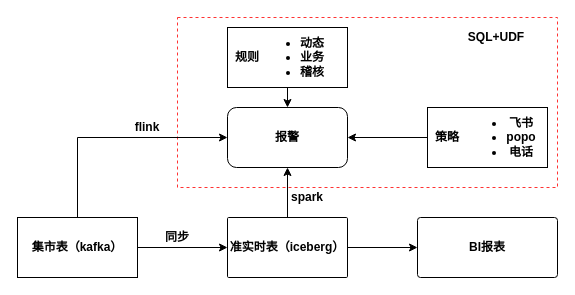
Earlier version of the draw.io diagram mt风控报警.drawio (mineminemine123/work-wiki). Source tidied: cells renumbered, new cells numbered last; positions are measured from the earlier drawing's top-left corner, leaving out a move shared by most shapes. Both pictures are drawn from the tidied source at 100%, with x=0, y=0 at pixel (17, 17).
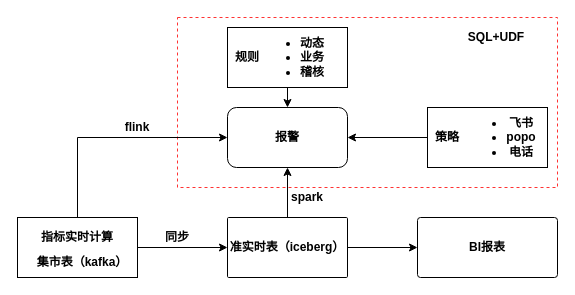
After the change.

Commit message:
更新mt风控报警.drawio

Change to the diagram source:
```diff
@@
-    <mxCell id="7" value="集市表（kafka）" style="rounded=0;whiteSpace=wrap;html=1;fontStyle=1;fontFamily=微软雅黑;" parent="1" vertex="1">
+    <mxCell id="7" style="rounded=0;whiteSpace=wrap;html=1;fontStyle=1;fontFamily=微软雅黑;" parent="1" vertex="1">
       <mxGeometry y="200" width="120" height="60" as="geometry" />
     </mxCell>
@@
     <mxCell id="16" value="flink" style="text;html=1;strokeColor=none;fillColor=none;align=center;verticalAlign=middle;whiteSpace=wrap;rounded=0;fontStyle=1;fontFamily=微软雅黑;" parent="1" vertex="1">
-      <mxGeometry x="80" y="100" width="100" height="20" as="geometry" />
+      <mxGeometry x="70" y="100" width="100" height="20" as="geometry" />
     </mxCell>
@@
+    <mxCell id="24" value="&lt;b&gt;指标实时计算&lt;/b&gt;" style="text;html=1;strokeColor=none;fillColor=none;align=center;verticalAlign=middle;whiteSpace=wrap;rounded=0;fontFamily=微软雅黑;" parent="1" vertex="1">
+      <mxGeometry x="15" y="205" width="90" height="30" as="geometry" />
+    </mxCell>
+    <mxCell id="25" value="&lt;b&gt;集市表（kafka）&lt;/b&gt;" style="text;html=1;strokeColor=none;fillColor=none;align=center;verticalAlign=middle;whiteSpace=wrap;rounded=0;fontFamily=微软雅黑;" parent="1" vertex="1">
+      <mxGeometry x="15" y="230" width="100" height="30" as="geometry" />
+    </mxCell>
```
